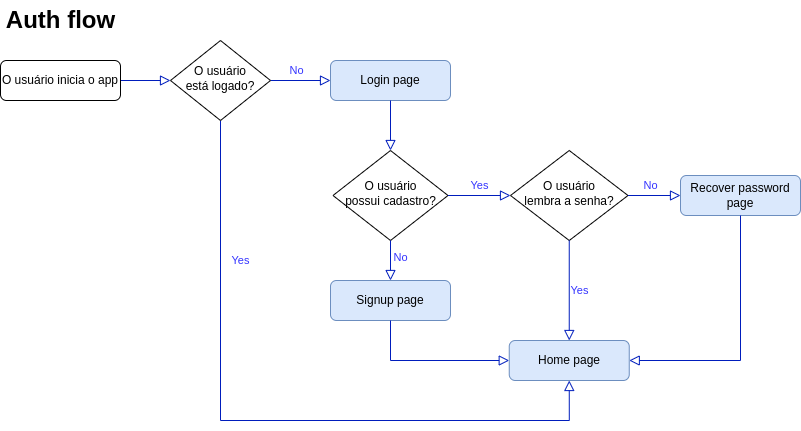
Above: extra/flowchart.drawio.png in jbrenorv/ifchat (draw.io), before the change. Source tidied: cells renumbered, new cells last; positions are measured from the earlier drawing's top-left corner, leaving out a move shared by most shapes.
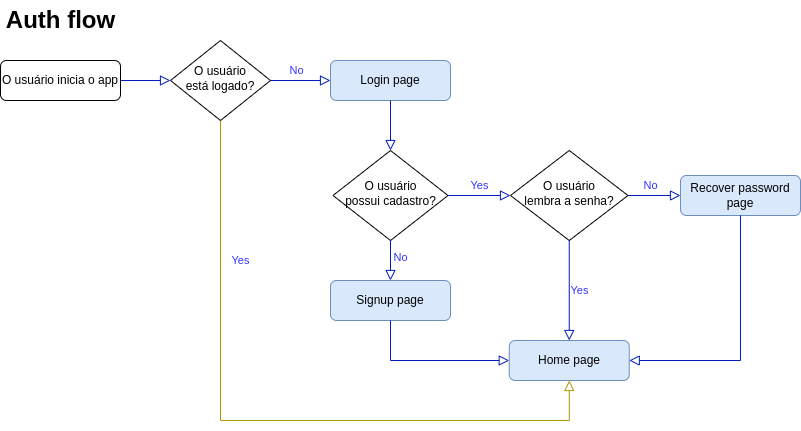
After the change.

Change to the diagram source:
```diff
@@ -14,7 +14,7 @@
     <mxCell id="5" value="No" style="rounded=0;html=1;jettySize=auto;fontSize=11;endArrow=block;endFill=0;endSize=8;strokeWidth=1;shadow=0;labelBackgroundColor=none;edgeStyle=orthogonalEdgeStyle;exitX=1;exitY=0.5;exitDx=0;exitDy=0;entryX=0;entryY=0.5;entryDx=0;entryDy=0;fillColor=#0050ef;strokeColor=#001DBC;fontColor=#3333FF;" parent="1" edge="1" source="7" target="8">
       <mxGeometry x="-0.14" y="10" relative="1" as="geometry" />
     </mxCell>
-    <mxCell id="6" value="Yes" style="edgeStyle=orthogonalEdgeStyle;rounded=0;html=1;jettySize=auto;fontSize=11;endArrow=block;endFill=0;endSize=8;strokeWidth=1;shadow=0;labelBackgroundColor=none;exitX=0.5;exitY=1;exitDx=0;exitDy=0;entryX=0.5;entryY=1;entryDx=0;entryDy=0;fillColor=#0050ef;strokeColor=#001DBC;fontColor=#3333FF;" parent="1" edge="1" source="7" target="4">
+    <mxCell id="6" value="Yes" style="edgeStyle=orthogonalEdgeStyle;rounded=0;html=1;jettySize=auto;fontSize=11;endArrow=block;endFill=0;endSize=8;strokeWidth=1;shadow=0;labelBackgroundColor=none;exitX=0.5;exitY=1;exitDx=0;exitDy=0;entryX=0.5;entryY=1;entryDx=0;entryDy=0;fillColor=#e3c800;strokeColor=#B09500;fontColor=#3333FF;" parent="1" edge="1" source="7" target="4">
       <mxGeometry x="-0.59" y="20" relative="1" as="geometry">
         <Array as="points">
           <mxPoint x="220" y="420" />
```
